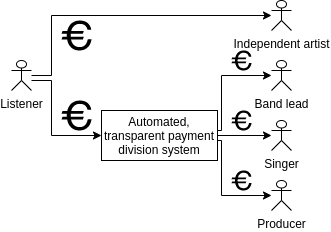
Earlier version of the draw.io export design/desired-money-flow.png (Tim-W/msc-thesis). Source tidied: cells renumbered, new cells last; positions are measured from the earlier drawing's top-left corner, leaving out a move shared by most shapes.
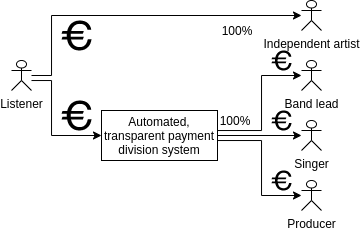
Above is the later version.

What changed in the source:
```diff
@@ -3,29 +3,30 @@
     <mxCell id="0" />
     <mxCell id="1" parent="0" />
     <mxCell id="2" value="Band lead" style="shape=umlActor;verticalLabelPosition=bottom;verticalAlign=top;html=1;outlineConnect=0;" parent="1" vertex="1">
-      <mxGeometry x="260" y="60" width="20" height="30" as="geometry" />
+      <mxGeometry x="290" y="60" width="20" height="30" as="geometry" />
     </mxCell>
     <mxCell id="3" value="Singer" style="shape=umlActor;verticalLabelPosition=bottom;verticalAlign=top;html=1;outlineConnect=0;" parent="1" vertex="1">
-      <mxGeometry x="260" y="120" width="20" height="30" as="geometry" />
+      <mxGeometry x="290" y="120" width="20" height="30" as="geometry" />
     </mxCell>
     <mxCell id="4" value="Producer" style="shape=umlActor;verticalLabelPosition=bottom;verticalAlign=top;html=1;outlineConnect=0;" parent="1" vertex="1">
-      <mxGeometry x="260" y="180" width="20" height="30" as="geometry" />
+      <mxGeometry x="290" y="180" width="20" height="30" as="geometry" />
     </mxCell>
     <mxCell id="5" style="shape=mxgraph.signs.travel.euro;html=1;fillColor=#000000;strokeColor=none;verticalLabelPosition=bottom;verticalAlign=top;align=center;" parent="1" vertex="1">
-      <mxGeometry x="220" y="110" width="20" height="20" as="geometry" />
+      <mxGeometry x="260" y="110" width="20" height="20" as="geometry" />
     </mxCell>
     <mxCell id="6" style="shape=mxgraph.signs.travel.euro;html=1;fillColor=#000000;strokeColor=none;verticalLabelPosition=bottom;verticalAlign=top;align=center;" parent="1" vertex="1">
-      <mxGeometry x="220" y="170" width="20" height="20" as="geometry" />
+      <mxGeometry x="260" y="170" width="20" height="20" as="geometry" />
     </mxCell>
     <mxCell id="7" style="shape=mxgraph.signs.travel.euro;html=1;fillColor=#000000;strokeColor=none;verticalLabelPosition=bottom;verticalAlign=top;align=center;" parent="1" vertex="1">
-      <mxGeometry x="220" y="50" width="20" height="20" as="geometry" />
+      <mxGeometry x="260" y="50" width="20" height="20" as="geometry" />
     </mxCell>
     <mxCell id="8" style="edgeStyle=orthogonalEdgeStyle;rounded=0;jettySize=auto;html=1;exitX=1;exitY=0.5;exitDx=0;exitDy=0;" parent="1" edge="1" source="11" target="2">
       <mxGeometry relative="1" as="geometry">
         <Array as="points">
+          <mxPoint x="176" y="135" />
           <mxPoint x="176" y="130" />
-          <mxPoint x="210" y="130" />
-          <mxPoint x="210" y="75" />
+          <mxPoint x="250" y="130" />
+          <mxPoint x="250" y="75" />
         </Array>
       </mxGeometry>
     </mxCell>
@@ -35,9 +36,10 @@
     <mxCell id="10" style="edgeStyle=orthogonalEdgeStyle;rounded=0;jettySize=auto;html=1;exitX=1;exitY=0.5;exitDx=0;exitDy=0;" parent="1" edge="1" source="11" target="4">
       <mxGeometry relative="1" as="geometry">
         <Array as="points">
+          <mxPoint x="176" y="135" />
           <mxPoint x="176" y="140" />
-          <mxPoint x="210" y="140" />
-          <mxPoint x="210" y="195" />
+          <mxPoint x="250" y="140" />
+          <mxPoint x="250" y="195" />
         </Array>
       </mxGeometry>
     </mxCell>
@@ -67,10 +69,16 @@
       <mxGeometry x="50" y="100" width="30" height="30" as="geometry" />
     </mxCell>
     <mxCell id="16" value="Independent artist" style="shape=umlActor;verticalLabelPosition=bottom;verticalAlign=top;html=1;outlineConnect=0;" parent="1" vertex="1">
-      <mxGeometry x="260" width="20" height="30" as="geometry" />
+      <mxGeometry x="290" width="20" height="30" as="geometry" />
     </mxCell>
     <mxCell id="17" style="shape=mxgraph.signs.travel.euro;html=1;fillColor=#000000;strokeColor=none;verticalLabelPosition=bottom;verticalAlign=top;align=center;" parent="1" vertex="1">
       <mxGeometry x="50" y="20" width="30" height="30" as="geometry" />
     </mxCell>
+    <mxCell id="18" value="100%" style="text;html=1;strokeColor=none;fillColor=none;align=center;verticalAlign=middle;whiteSpace=wrap;rounded=0;" parent="1" vertex="1">
+      <mxGeometry x="204" y="110" width="40" height="20" as="geometry" />
+    </mxCell>
+    <mxCell id="19" value="100%" style="text;html=1;strokeColor=none;fillColor=none;align=center;verticalAlign=middle;whiteSpace=wrap;rounded=0;" parent="1" vertex="1">
+      <mxGeometry x="206" y="20" width="40" height="20" as="geometry" />
+    </mxCell>
   </root>
 </mxGraphModel>
```
